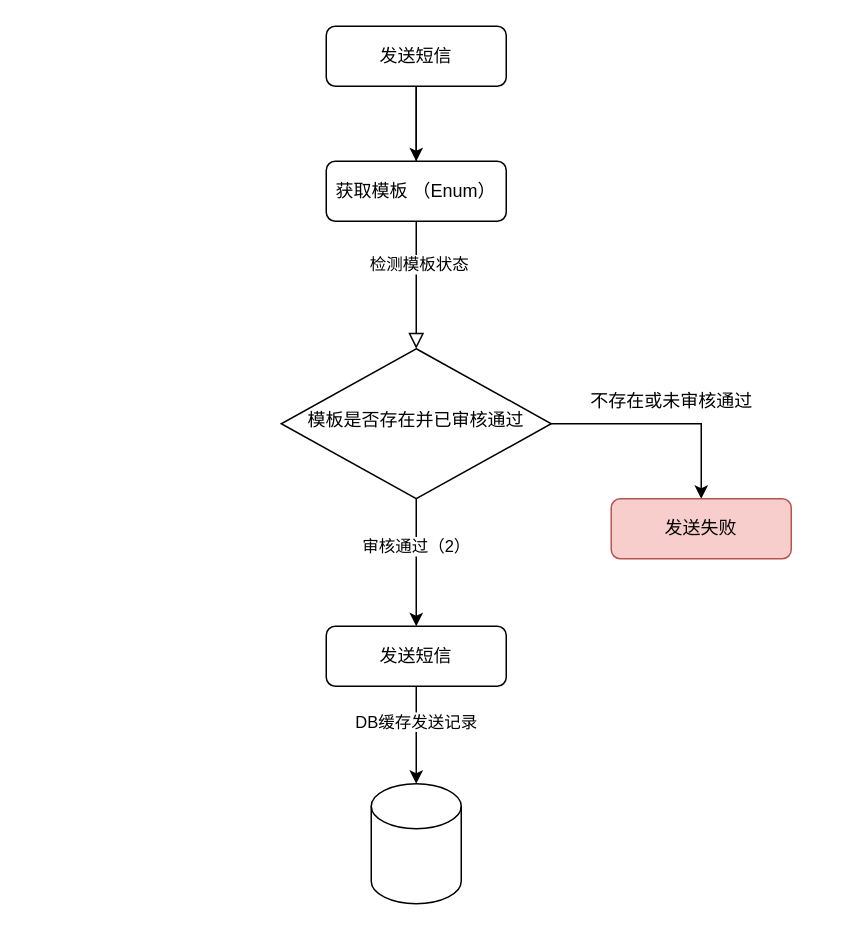
Earlier version of the draw.io diagram 未命名绘图.drawio (Leo-Lee-j/sketch). Source tidied: cells renumbered, new cells numbered last; positions are measured from the earlier drawing's top-left corner, leaving out a move shared by most shapes. Both pictures are drawn from the tidied source at 150%, with x=0, y=0 at pixel (280, 26).
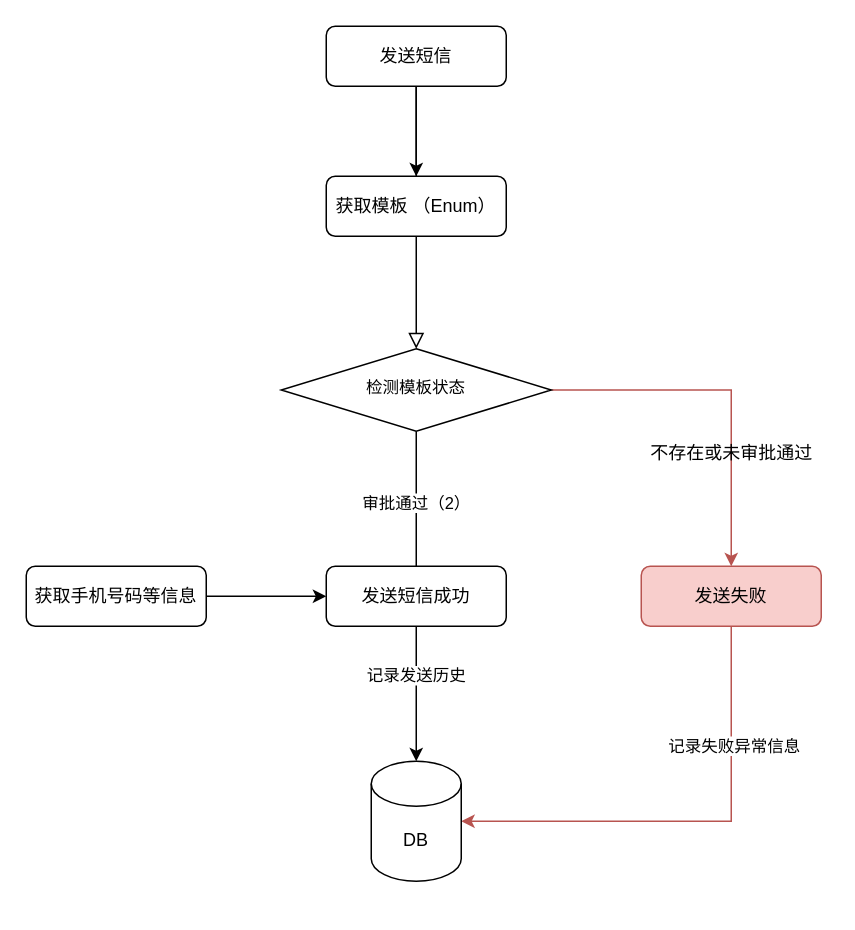
The same page after the edit.

Commit message:
更新未命名绘图.drawio

Unchanged cells that the change refers to:
```xml
<mxCell id="2" style="rounded=0;html=1;jettySize=auto;fontSize=11;endArrow=block;endFill=0;endSize=8;strokeWidth=1;shadow=0;labelBackgroundColor=none;edgeStyle=orthogonalEdgeStyle;startArrow=none;" parent="1" edge="1" source="11" target="9">
  <mxGeometry relative="1" as="geometry" />
</mxCell>
<mxCell id="7" style="edgeStyle=orthogonalEdgeStyle;rounded=0;jettySize=auto;html=1;entryX=0.5;entryY=0;entryDx=0;entryDy=0;" parent="1" edge="1" source="9">
  <mxGeometry relative="1" as="geometry">
    <mxPoint x="90" y="400" as="targetPoint" />
  </mxGeometry>
</mxCell>
<mxCell id="14" style="edgeStyle=orthogonalEdgeStyle;rounded=0;jettySize=auto;html=1;exitX=0.5;exitY=1;exitDx=0;exitDy=0;entryX=0.5;entryY=0;entryDx=0;entryDy=0;entryPerimeter=0;" parent="1" edge="1" source="16" target="18">
  <mxGeometry relative="1" as="geometry" />
</mxCell>
```

What changed in the source:
```diff
@@
-    <mxCell id="3" value="检测模板状态" style="edgeLabel;html=1;align=center;verticalAlign=middle;" parent="2" vertex="1">
-      <mxGeometry x="-0.33" y="1" relative="1" as="geometry" />
-    </mxCell>
@@
-    <mxCell id="6" style="edgeStyle=orthogonalEdgeStyle;rounded=0;jettySize=auto;html=1;exitX=1;exitY=0.5;exitDx=0;exitDy=0;entryX=0.5;entryY=0;entryDx=0;entryDy=0;" parent="1" edge="1" source="9" target="10">
+    <mxCell id="6" style="edgeStyle=orthogonalEdgeStyle;rounded=0;jettySize=auto;html=1;exitX=1;exitY=0.5;exitDx=0;exitDy=0;entryX=0.5;entryY=0;entryDx=0;entryDy=0;fillColor=#f8cecc;strokeColor=#b85450;" parent="1" edge="1" source="9" target="10">
       <mxGeometry relative="1" as="geometry" />
     </mxCell>
@@
-    <mxCell id="8" value="审核通过（2）" style="edgeLabel;html=1;align=center;verticalAlign=middle;" parent="7" vertex="1">
+    <mxCell id="8" value="审批通过（2）" style="edgeLabel;html=1;align=center;verticalAlign=middle;" parent="7" vertex="1">
       <mxGeometry x="-0.28" y="-1" relative="1" as="geometry" />
     </mxCell>
-    <mxCell id="9" value="模板是否存在并已审核通过" style="rhombus;whiteSpace=wrap;html=1;shadow=0;fontFamily=Helvetica;fontSize=12;align=center;strokeWidth=1;spacing=6;spacingTop=-4;" parent="1" vertex="1">
-      <mxGeometry y="215" width="180" height="100" as="geometry" />
+    <mxCell id="9" value="&lt;span style=&quot;font-size: 11px; background-color: rgb(255, 255, 255);&quot;&gt;检测模板状态&lt;/span&gt;" style="rhombus;whiteSpace=wrap;html=1;shadow=0;fontFamily=Helvetica;fontSize=12;align=center;strokeWidth=1;spacing=6;spacingTop=-4;" parent="1" vertex="1">
+      <mxGeometry y="215" width="180" height="55" as="geometry" />
     </mxCell>
+    <mxCell id="19" style="edgeStyle=orthogonalEdgeStyle;rounded=0;jettySize=auto;html=1;exitX=0.5;exitY=1;exitDx=0;exitDy=0;entryX=1;entryY=0.5;entryDx=0;entryDy=0;entryPerimeter=0;fillColor=#f8cecc;strokeColor=#b85450;" parent="1" edge="1" source="10" target="18">
+      <mxGeometry relative="1" as="geometry" />
+    </mxCell>
+    <mxCell id="20" value="记录失败异常信息" style="edgeLabel;html=1;align=center;verticalAlign=middle;" parent="19" vertex="1">
+      <mxGeometry x="-0.49" y="1" relative="1" as="geometry" />
+    </mxCell>
     <mxCell id="10" value="发送失败" style="rounded=1;whiteSpace=wrap;html=1;fontSize=12;glass=0;strokeWidth=1;shadow=0;fillColor=#f8cecc;strokeColor=#b85450;" parent="1" vertex="1">
-      <mxGeometry x="220" y="315" width="120" height="40" as="geometry" />
+      <mxGeometry x="240" y="360" width="120" height="40" as="geometry" />
     </mxCell>
     <mxCell id="11" value="获取模板 （Enum）" style="rounded=1;whiteSpace=wrap;html=1;fontSize=12;glass=0;strokeWidth=1;shadow=0;" parent="1" vertex="1">
-      <mxGeometry x="30" y="90" width="120" height="40" as="geometry" />
+      <mxGeometry x="30" y="100" width="120" height="40" as="geometry" />
     </mxCell>
@@
-    <mxCell id="13" value="不存在或未审核通过" style="text;html=1;align=center;verticalAlign=middle;strokeColor=none;fillColor=none;" parent="1" vertex="1">
-      <mxGeometry x="195" y="235" width="130" height="30" as="geometry" />
+    <mxCell id="13" value="不存在或未审批通过" style="text;html=1;align=center;verticalAlign=middle;strokeColor=none;fillColor=none;" parent="1" vertex="1">
+      <mxGeometry x="235" y="270" width="130" height="30" as="geometry" />
     </mxCell>
@@
-    <mxCell id="15" value="DB缓存发送记录" style="edgeLabel;html=1;align=center;verticalAlign=middle;" parent="14" vertex="1">
+    <mxCell id="15" value="记录发送历史" style="edgeLabel;html=1;align=center;verticalAlign=middle;" parent="14" vertex="1">
       <mxGeometry x="-0.28" y="-1" relative="1" as="geometry" />
     </mxCell>
-    <mxCell id="16" value="发送短信" style="rounded=1;whiteSpace=wrap;html=1;" parent="1" vertex="1">
-      <mxGeometry x="30" y="400" width="120" height="40" as="geometry" />
+    <mxCell id="16" value="发送短信成功" style="rounded=1;whiteSpace=wrap;html=1;" parent="1" vertex="1">
+      <mxGeometry x="30" y="360" width="120" height="40" as="geometry" />
     </mxCell>
@@
-    <mxCell id="18" style="shape=cylinder3;whiteSpace=wrap;html=1;boundedLbl=1;backgroundOutline=1;size=15;" parent="1" vertex="1">
-      <mxGeometry x="60" y="505" width="60" height="80" as="geometry" />
+    <mxCell id="18" value="DB" style="shape=cylinder3;whiteSpace=wrap;html=1;boundedLbl=1;backgroundOutline=1;size=15;" parent="1" vertex="1">
+      <mxGeometry x="60" y="490" width="60" height="80" as="geometry" />
     </mxCell>
+    <mxCell id="21" style="edgeStyle=orthogonalEdgeStyle;rounded=0;jettySize=auto;html=1;exitX=1;exitY=0.5;exitDx=0;exitDy=0;entryX=0;entryY=0.5;entryDx=0;entryDy=0;" parent="1" edge="1" source="22" target="16">
+      <mxGeometry relative="1" as="geometry" />
+    </mxCell>
+    <mxCell id="22" value="获取手机号码等信息" style="rounded=1;whiteSpace=wrap;html=1;" parent="1" vertex="1">
+      <mxGeometry x="-170" y="360" width="120" height="40" as="geometry" />
+    </mxCell>
```
